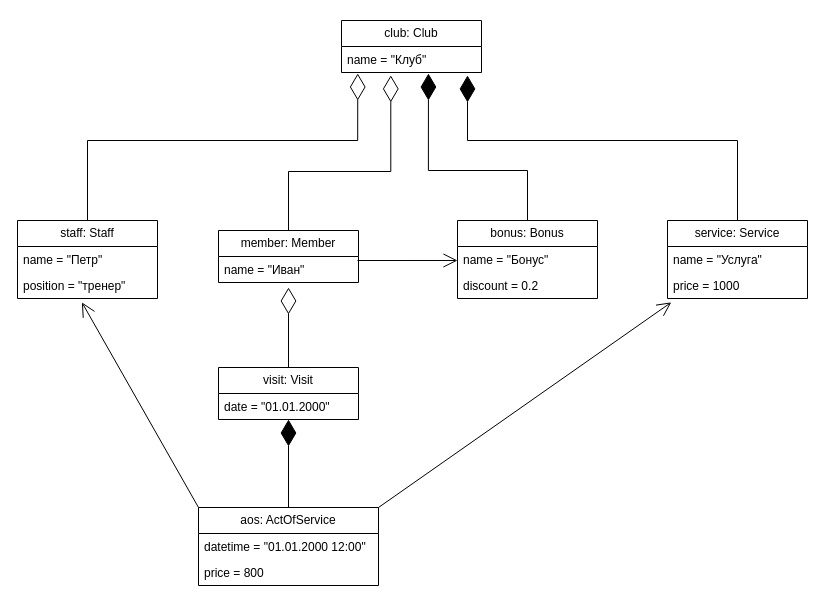
The draw.io diagram page "Диаграмма объектов" (3 of 3) of Lab_2/Lab_2.drawio in 4lnULpGkuW/OOAD, before the edit. Source tidied: cells renumbered, new cells numbered last; positions are measured from the earlier drawing's top-left corner, leaving out a move shared by most shapes. Both pictures are drawn from the tidied source at 100%, with x=0, y=0 at pixel (17, 20).
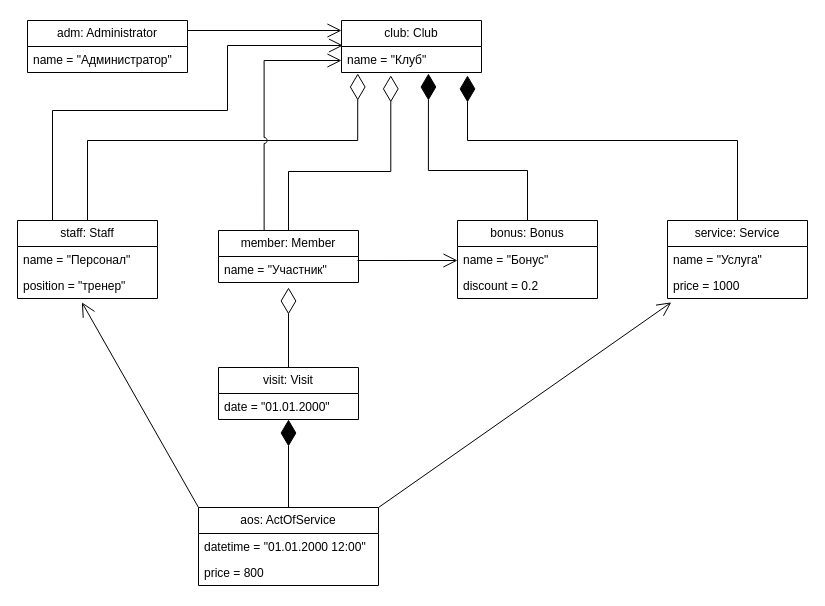
The same diagram, later.

The change refers to these unchanged cells:
```xml
<mxCell id="3" value="name = &quot;Клуб&quot;" style="text;strokeColor=none;fillColor=none;align=left;verticalAlign=top;spacingLeft=4;spacingRight=4;overflow=hidden;points=[[0,0.5],[1,0.5]];portConstraint=eastwest;whiteSpace=wrap;html=1;" parent="2" vertex="1">
  <mxGeometry y="26" width="140" height="26" as="geometry" />
</mxCell>
<mxCell id="4" value="staff: Staff" style="swimlane;fontStyle=0;horizontal=1;startSize=26;fillColor=none;whiteSpace=wrap;html=1;" parent="1" vertex="1">
  <mxGeometry y="200" width="140" height="78" as="geometry" />
</mxCell>
<mxCell id="10" value="member: Member" style="swimlane;fontStyle=0;horizontal=1;startSize=26;fillColor=none;whiteSpace=wrap;html=1;" parent="1" vertex="1">
  <mxGeometry x="201" y="210" width="140" height="52" as="geometry" />
</mxCell>
```

Diff of the diagram source:
```diff
@@
-    <mxCell id="5" value="name = &quot;Петр&quot;" style="text;strokeColor=none;fillColor=none;align=left;verticalAlign=top;spacingLeft=4;spacingRight=4;overflow=hidden;whiteSpace=wrap;html=1;" parent="4" vertex="1">
+    <mxCell id="5" value="name = &quot;Персонал&quot;" style="text;strokeColor=none;fillColor=none;align=left;verticalAlign=top;spacingLeft=4;spacingRight=4;overflow=hidden;whiteSpace=wrap;html=1;" parent="4" vertex="1">
       <mxGeometry y="26" width="140" height="26" as="geometry" />
     </mxCell>
@@
-    <mxCell id="11" value="name = &quot;Иван&quot;" style="text;strokeColor=none;fillColor=none;align=left;verticalAlign=top;spacingLeft=4;spacingRight=4;overflow=hidden;points=[[0,0.5],[1,0.5]];portConstraint=eastwest;whiteSpace=wrap;html=1;" parent="10" vertex="1">
+    <mxCell id="11" value="name = &quot;Участник&quot;" style="text;strokeColor=none;fillColor=none;align=left;verticalAlign=top;spacingLeft=4;spacingRight=4;overflow=hidden;points=[[0,0.5],[1,0.5]];portConstraint=eastwest;whiteSpace=wrap;html=1;" parent="10" vertex="1">
       <mxGeometry y="26" width="140" height="26" as="geometry" />
     </mxCell>
@@
-    <mxCell id="25" style="endArrow=diamondThin;endFill=0;endSize=24;html=1;rounded=0;edgeStyle=orthogonalEdgeStyle;entryX=0.116;entryY=1.038;entryDx=0;entryDy=0;entryPerimeter=0;exitX=0.5;exitY=0;exitDx=0;exitDy=0;" parent="1" edge="1" source="4" target="3">
+    <mxCell id="25" style="endArrow=diamondThin;endFill=0;endSize=24;html=1;rounded=0;edgeStyle=orthogonalEdgeStyle;entryX=0.116;entryY=1.038;entryDx=0;entryDy=0;entryPerimeter=0;exitX=0.5;exitY=0;exitDx=0;exitDy=0;jumpStyle=arc;" parent="1" edge="1" source="4" target="3">
       <mxGeometry relative="1" as="geometry">
         <Array as="points">
           <mxPoint x="70" y="120" />
           <mxPoint x="340" y="120" />
         </Array>
       </mxGeometry>
     </mxCell>
@@
+    <mxCell id="29" value="adm: Administrator" style="swimlane;fontStyle=0;horizontal=1;startSize=26;fillColor=none;whiteSpace=wrap;html=1;" parent="1" vertex="1">
+      <mxGeometry x="10" width="160" height="52" as="geometry" />
+    </mxCell>
+    <mxCell id="30" value="name = &quot;Администратор&quot;" style="text;strokeColor=none;fillColor=none;align=left;verticalAlign=top;spacingLeft=4;spacingRight=4;overflow=hidden;whiteSpace=wrap;html=1;" parent="29" vertex="1">
+      <mxGeometry y="26" width="160" height="26" as="geometry" />
+    </mxCell>
+    <mxCell id="31" style="endArrow=open;endFill=1;endSize=12;html=1;rounded=0;" parent="1" edge="1">
+      <mxGeometry relative="1" as="geometry">
+        <mxPoint x="170" y="10" as="sourcePoint" />
+        <mxPoint x="324" y="10" as="targetPoint" />
+      </mxGeometry>
+    </mxCell>
+    <mxCell id="32" style="endArrow=open;endFill=1;endSize=12;html=1;rounded=0;edgeStyle=orthogonalEdgeStyle;exitX=0.326;exitY=-0.003;exitDx=0;exitDy=0;exitPerimeter=0;jumpStyle=arc;" parent="1" edge="1" source="10">
+      <mxGeometry relative="1" as="geometry">
+        <mxPoint x="324" y="40" as="targetPoint" />
+        <Array as="points">
+          <mxPoint x="247" y="40" />
+        </Array>
+      </mxGeometry>
+    </mxCell>
+    <mxCell id="33" style="endArrow=open;endFill=1;endSize=12;html=1;rounded=0;edgeStyle=orthogonalEdgeStyle;jumpStyle=arc;exitX=0.25;exitY=0;exitDx=0;exitDy=0;" parent="1" edge="1" source="4">
+      <mxGeometry relative="1" as="geometry">
+        <mxPoint x="325.5" y="25" as="targetPoint" />
+        <Array as="points">
+          <mxPoint x="35" y="90" />
+          <mxPoint x="210" y="90" />
+          <mxPoint x="210" y="25" />
+        </Array>
+      </mxGeometry>
+    </mxCell>
```
